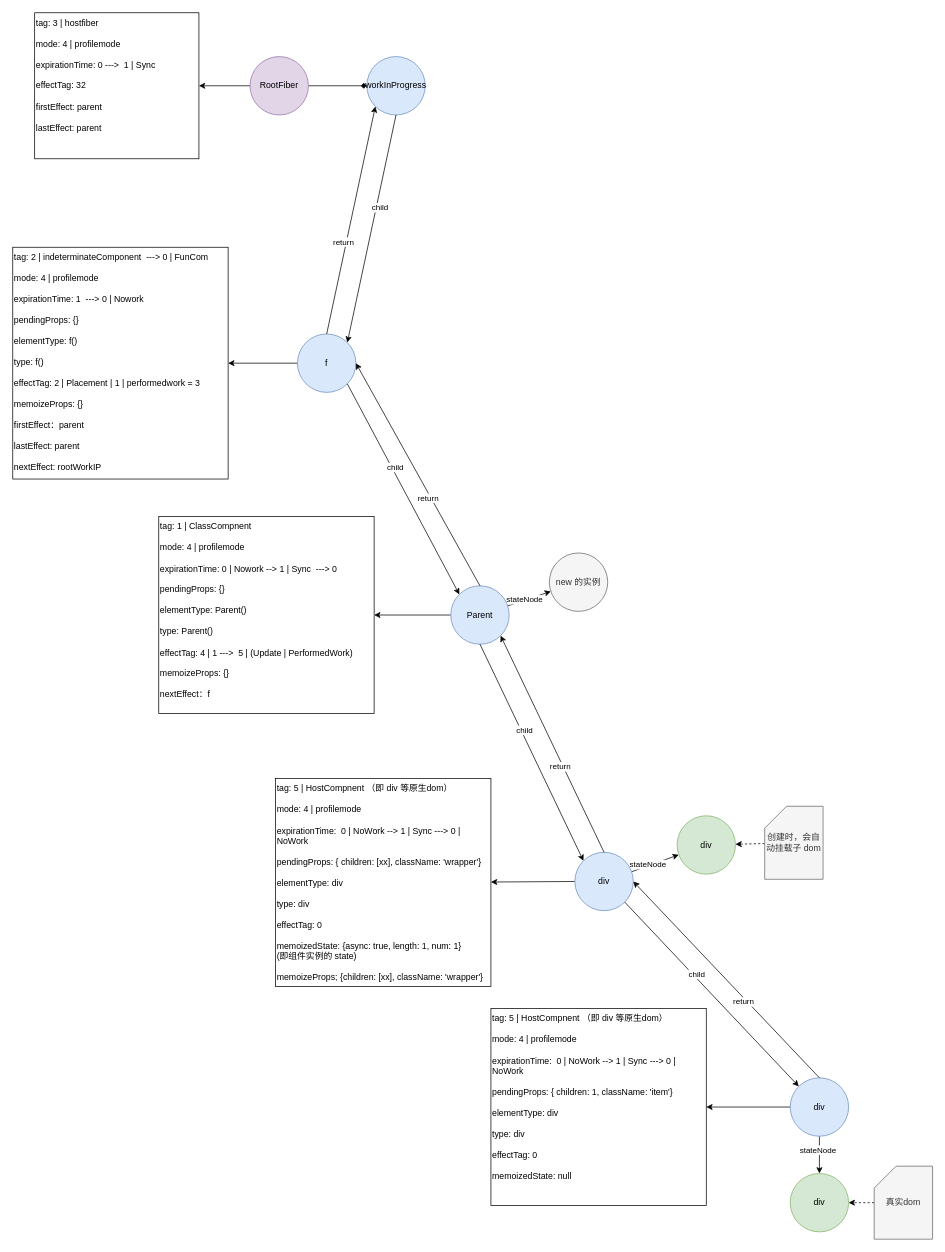
Before: page "Fiber 树" (2 of 9) of react/example03/flow.drawio in ZhiCYue/draw.io, a draw.io diagram. Source tidied: cells renumbered, new cells numbered last; positions are measured from the earlier drawing's top-left corner, leaving out a move shared by most shapes. Both pictures are drawn from the tidied source at 73%, with x=0, y=0 at pixel (12, 12).
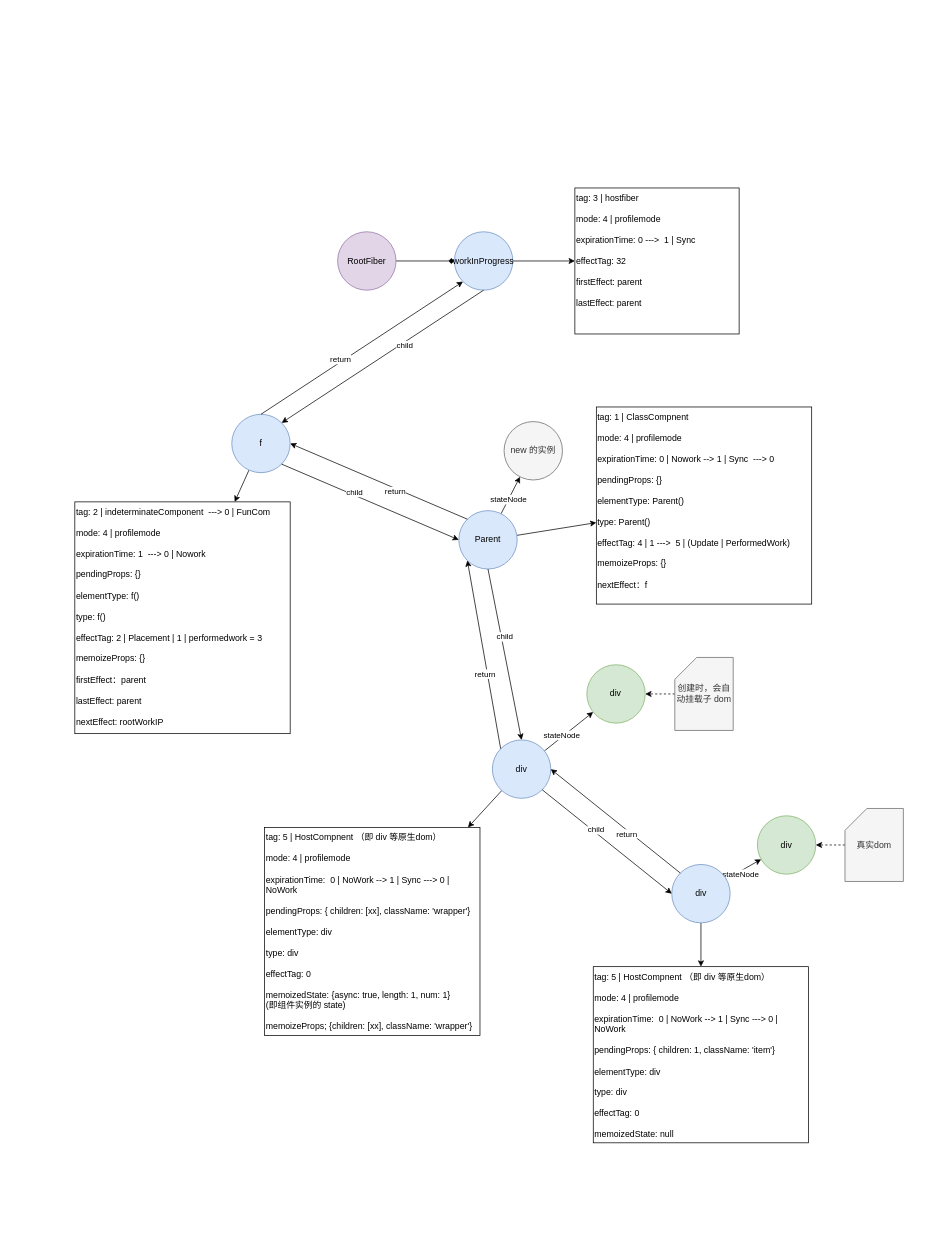
After the change.

Diff of the diagram source:
```diff
@@
-    <mxCell id="3" style="edgeStyle=none;rounded=0;jettySize=auto;html=1;endArrow=classic;endFill=1;" parent="1" edge="1" source="4" target="8">
+    <mxCell id="3" style="edgeStyle=none;rounded=0;jettySize=auto;html=1;endArrow=classic;endFill=1;exitX=1;exitY=0.5;exitDx=0;exitDy=0;" parent="1" edge="1" source="5" target="8">
       <mxGeometry relative="1" as="geometry" />
     </mxCell>
     <mxCell id="4" value="RootFiber" style="ellipse;whiteSpace=wrap;html=1;align=center;fillColor=#e1d5e7;strokeColor=#9673a6;" parent="1" vertex="1">
-      <mxGeometry x="325" y="60" width="80" height="80" as="geometry" />
+      <mxGeometry x="445" y="300" width="80" height="80" as="geometry" />
     </mxCell>
     <mxCell id="5" value="workInProgress" style="ellipse;whiteSpace=wrap;html=1;align=center;fillColor=#dae8fc;strokeColor=#6c8ebf;" parent="1" vertex="1">
-      <mxGeometry x="485" y="60" width="80" height="80" as="geometry" />
+      <mxGeometry x="605" y="300" width="80" height="80" as="geometry" />
     </mxCell>
@@
     <mxCell id="7" value="f" style="ellipse;whiteSpace=wrap;html=1;align=center;fillColor=#dae8fc;strokeColor=#6c8ebf;" parent="1" vertex="1">
-      <mxGeometry x="390" y="440" width="80" height="80" as="geometry" />
+      <mxGeometry x="300" y="550" width="80" height="80" as="geometry" />
     </mxCell>
     <mxCell id="8" value="tag: 3 | hostfiber&lt;br&gt;&lt;br&gt;mode: 4 | profilemode&lt;br&gt;&lt;br&gt;expirationTime: 0 ---&amp;gt;&amp;nbsp; 1 | Sync&lt;br&gt;&lt;br&gt;effectTag: 32&lt;br&gt;&lt;br&gt;firstEffect: parent&lt;br&gt;&lt;br&gt;lastEffect: parent" style="rounded=0;whiteSpace=wrap;html=1;align=left;verticalAlign=top;" parent="1" vertex="1">
-      <mxGeometry x="30" width="225" height="200" as="geometry" />
+      <mxGeometry x="770" y="240" width="225" height="200" as="geometry" />
     </mxCell>
     <mxCell id="9" value="tag: 2 | indeterminateComponent&amp;nbsp; ---&amp;gt; 0 | FunCom&lt;br&gt;&lt;br&gt;mode: 4 | profilemode&lt;br&gt;&lt;br&gt;expirationTime: 1&amp;nbsp; ---&amp;gt; 0 | Nowork&lt;br&gt;&lt;br&gt;pendingProps: {}&lt;br&gt;&lt;br&gt;elementType: f()&lt;br&gt;&lt;br&gt;type: f()&lt;br&gt;&lt;br&gt;effectTag: 2 | Placement | 1 | performedwork = 3&lt;br&gt;&lt;br&gt;memoizeProps: {}&lt;br&gt;&lt;br&gt;firstEffect：parent&lt;br&gt;&lt;br&gt;lastEffect: parent&lt;br&gt;&lt;br&gt;nextEffect: rootWorkIP" style="rounded=0;whiteSpace=wrap;html=1;align=left;verticalAlign=top;" parent="1" vertex="1">
-      <mxGeometry y="321.2" width="295" height="317.5" as="geometry" />
+      <mxGeometry x="85" y="670" width="295" height="317.5" as="geometry" />
     </mxCell>
@@
     <mxCell id="17" value="Parent" style="ellipse;whiteSpace=wrap;html=1;align=center;fillColor=#dae8fc;strokeColor=#6c8ebf;" parent="1" vertex="1">
-      <mxGeometry x="600" y="785" width="80" height="80" as="geometry" />
+      <mxGeometry x="611" y="682" width="80" height="80" as="geometry" />
     </mxCell>
     <mxCell id="18" value="tag: 1 | ClassCompnent&lt;br&gt;&lt;br&gt;mode: 4 | profilemode&lt;br&gt;&lt;br&gt;expirationTime: 0 | Nowork --&amp;gt; 1 | Sync&amp;nbsp; ---&amp;gt; 0&lt;br&gt;&lt;br&gt;pendingProps: {}&lt;br&gt;&lt;br&gt;elementType: Parent()&lt;br&gt;&lt;br&gt;type: Parent()&lt;br&gt;&lt;br&gt;effectTag: 4 | 1 ---&amp;gt;&amp;nbsp; 5 | (Update | PerformedWork)&lt;br&gt;&lt;br&gt;memoizeProps: {}&lt;br&gt;&lt;br&gt;nextEffect：f" style="rounded=0;whiteSpace=wrap;html=1;align=left;verticalAlign=top;" parent="1" vertex="1">
-      <mxGeometry x="200" y="690" width="295" height="270" as="geometry" />
+      <mxGeometry x="799.4" y="540" width="295" height="270" as="geometry" />
     </mxCell>
-    <mxCell id="19" style="endArrow=classic;html=1;entryX=1;entryY=0.5;entryDx=0;entryDy=0;exitX=0.5;exitY=0;exitDx=0;exitDy=0;" parent="1" edge="1" source="17" target="7">
+    <mxCell id="19" style="endArrow=classic;html=1;entryX=1;entryY=0.5;entryDx=0;entryDy=0;exitX=0;exitY=0;exitDx=0;exitDy=0;" parent="1" edge="1" source="17" target="7">
       <mxGeometry relative="1" as="geometry" />
     </mxCell>
@@
-    <mxCell id="21" style="endArrow=classic;html=1;entryX=0;entryY=0;entryDx=0;entryDy=0;exitX=1;exitY=1;exitDx=0;exitDy=0;" parent="1" edge="1" source="7" target="17">
+    <mxCell id="21" style="endArrow=classic;html=1;entryX=0;entryY=0.5;entryDx=0;entryDy=0;exitX=1;exitY=1;exitDx=0;exitDy=0;" parent="1" edge="1" source="7" target="17">
       <mxGeometry relative="1" as="geometry" />
     </mxCell>
@@
     <mxCell id="26" value="div" style="ellipse;whiteSpace=wrap;html=1;align=center;fillColor=#dae8fc;strokeColor=#6c8ebf;" parent="1" vertex="1">
-      <mxGeometry x="770" y="1150" width="80" height="80" as="geometry" />
+      <mxGeometry x="657" y="996.1" width="80" height="80" as="geometry" />
     </mxCell>
     <mxCell id="27" value="tag: 5 | HostCompnent （即 div 等原生dom）&lt;br&gt;&lt;br&gt;mode: 4 | profilemode&lt;br&gt;&lt;br&gt;expirationTime:&amp;nbsp; 0 | NoWork --&amp;gt; 1 | Sync ---&amp;gt; 0 | NoWork&amp;nbsp;&lt;br&gt;&lt;br&gt;pendingProps: { children: [xx], className: 'wrapper'}&lt;br&gt;&lt;br&gt;elementType: div&lt;br&gt;&lt;br&gt;type: div&lt;br&gt;&lt;br&gt;effectTag: 0&lt;br&gt;&lt;br&gt;memoizedState: {async: true, length: 1, num: 1} &lt;br&gt;(即组件实例的 state)&lt;br&gt;&lt;br&gt;memoizeProps; {children: [xx], className: 'wrapper'}" style="rounded=0;whiteSpace=wrap;html=1;align=left;verticalAlign=top;" parent="1" vertex="1">
-      <mxGeometry x="360" y="1049" width="295" height="285" as="geometry" />
+      <mxGeometry x="345" y="1116" width="295" height="285" as="geometry" />
     </mxCell>
-    <mxCell id="28" style="endArrow=classic;html=1;entryX=0;entryY=0;entryDx=0;entryDy=0;exitX=0.5;exitY=1;exitDx=0;exitDy=0;" parent="1" edge="1" source="17" target="26">
+    <mxCell id="28" style="endArrow=classic;html=1;entryX=0.5;entryY=0;entryDx=0;entryDy=0;exitX=0.5;exitY=1;exitDx=0;exitDy=0;" parent="1" edge="1" source="17" target="26">
       <mxGeometry relative="1" as="geometry" />
     </mxCell>
@@
-    <mxCell id="30" style="endArrow=classic;html=1;entryX=1;entryY=1;entryDx=0;entryDy=0;exitX=0.5;exitY=0;exitDx=0;exitDy=0;" parent="1" edge="1" source="26" target="17">
+    <mxCell id="30" style="endArrow=classic;html=1;entryX=0;entryY=1;entryDx=0;entryDy=0;exitX=0;exitY=0;exitDx=0;exitDy=0;" parent="1" edge="1" source="26" target="17">
       <mxGeometry relative="1" as="geometry" />
     </mxCell>
@@
     <mxCell id="35" value="div" style="ellipse;whiteSpace=wrap;html=1;align=center;fillColor=#dae8fc;strokeColor=#6c8ebf;" parent="1" vertex="1">
-      <mxGeometry x="1065" y="1459" width="80" height="80" as="geometry" />
+      <mxGeometry x="902.7" y="1166.7" width="80" height="80" as="geometry" />
     </mxCell>
     <mxCell id="36" value="tag: 5 | HostCompnent （即 div 等原生dom）&lt;br&gt;&lt;br&gt;mode: 4 | profilemode&lt;br&gt;&lt;br&gt;expirationTime:&amp;nbsp; 0 | NoWork --&amp;gt; 1 | Sync ---&amp;gt; 0 | NoWork&amp;nbsp;&lt;br&gt;&lt;br&gt;pendingProps: { children: 1, className: 'item'}&lt;br&gt;&lt;br&gt;elementType: div&lt;br&gt;&lt;br&gt;type: div&lt;br&gt;&lt;br&gt;effectTag: 0&lt;br&gt;&lt;br&gt;memoizedState: null" style="rounded=0;whiteSpace=wrap;html=1;align=left;verticalAlign=top;" parent="1" vertex="1">
-      <mxGeometry x="655" y="1364" width="295" height="270" as="geometry" />
+      <mxGeometry x="795.2" y="1306.7" width="295" height="241.3" as="geometry" />
     </mxCell>
-    <mxCell id="37" style="endArrow=classic;html=1;entryX=0;entryY=0;entryDx=0;entryDy=0;exitX=1;exitY=1;exitDx=0;exitDy=0;" parent="1" edge="1" source="26" target="35">
+    <mxCell id="37" style="endArrow=classic;html=1;exitX=1;exitY=1;exitDx=0;exitDy=0;entryX=0;entryY=0.5;entryDx=0;entryDy=0;" parent="1" edge="1" source="26" target="35">
       <mxGeometry relative="1" as="geometry" />
     </mxCell>
@@
-    <mxCell id="39" style="endArrow=classic;html=1;entryX=1;entryY=0.5;entryDx=0;entryDy=0;exitX=0.5;exitY=0;exitDx=0;exitDy=0;" parent="1" edge="1" source="35" target="26">
+    <mxCell id="39" style="endArrow=classic;html=1;entryX=1;entryY=0.5;entryDx=0;entryDy=0;exitX=0;exitY=0;exitDx=0;exitDy=0;" parent="1" edge="1" source="35" target="26">
       <mxGeometry relative="1" as="geometry" />
     </mxCell>
@@
     <mxCell id="41" value="div" style="ellipse;whiteSpace=wrap;html=1;align=center;fillColor=#d5e8d4;strokeColor=#82b366;" parent="1" vertex="1">
-      <mxGeometry x="1065" y="1590" width="80" height="80" as="geometry" />
+      <mxGeometry x="1020" y="1100" width="80" height="80" as="geometry" />
     </mxCell>
@@
     <mxCell id="43" value="真实dom" style="shape=card;whiteSpace=wrap;html=1;align=center;fillColor=#f5f5f5;strokeColor=#666666;fontColor=#333333;" parent="1" vertex="1">
-      <mxGeometry x="1180" y="1580" width="80" height="100" as="geometry" />
+      <mxGeometry x="1140" y="1090" width="80" height="100" as="geometry" />
     </mxCell>
     <mxCell id="44" value="div" style="ellipse;whiteSpace=wrap;html=1;align=center;fillColor=#d5e8d4;strokeColor=#82b366;" parent="1" vertex="1">
-      <mxGeometry x="910" y="1100" width="80" height="80" as="geometry" />
+      <mxGeometry x="786.4" y="893.1" width="80" height="80" as="geometry" />
     </mxCell>
@@
     <mxCell id="46" value="创建时，会自动挂载子 dom" style="shape=card;whiteSpace=wrap;html=1;align=center;fillColor=#f5f5f5;strokeColor=#666666;fontColor=#333333;" parent="1" vertex="1">
-      <mxGeometry x="1030" y="1087" width="80" height="100" as="geometry" />
+      <mxGeometry x="906.9" y="883.1" width="80" height="100" as="geometry" />
     </mxCell>
     <mxCell id="47" value="new 的实例" style="ellipse;whiteSpace=wrap;html=1;align=center;fillColor=#f5f5f5;strokeColor=#666666;fontColor=#333333;" parent="1" vertex="1">
-      <mxGeometry x="735" y="740" width="80" height="80" as="geometry" />
+      <mxGeometry x="673" y="560" width="80" height="80" as="geometry" />
     </mxCell>
```
